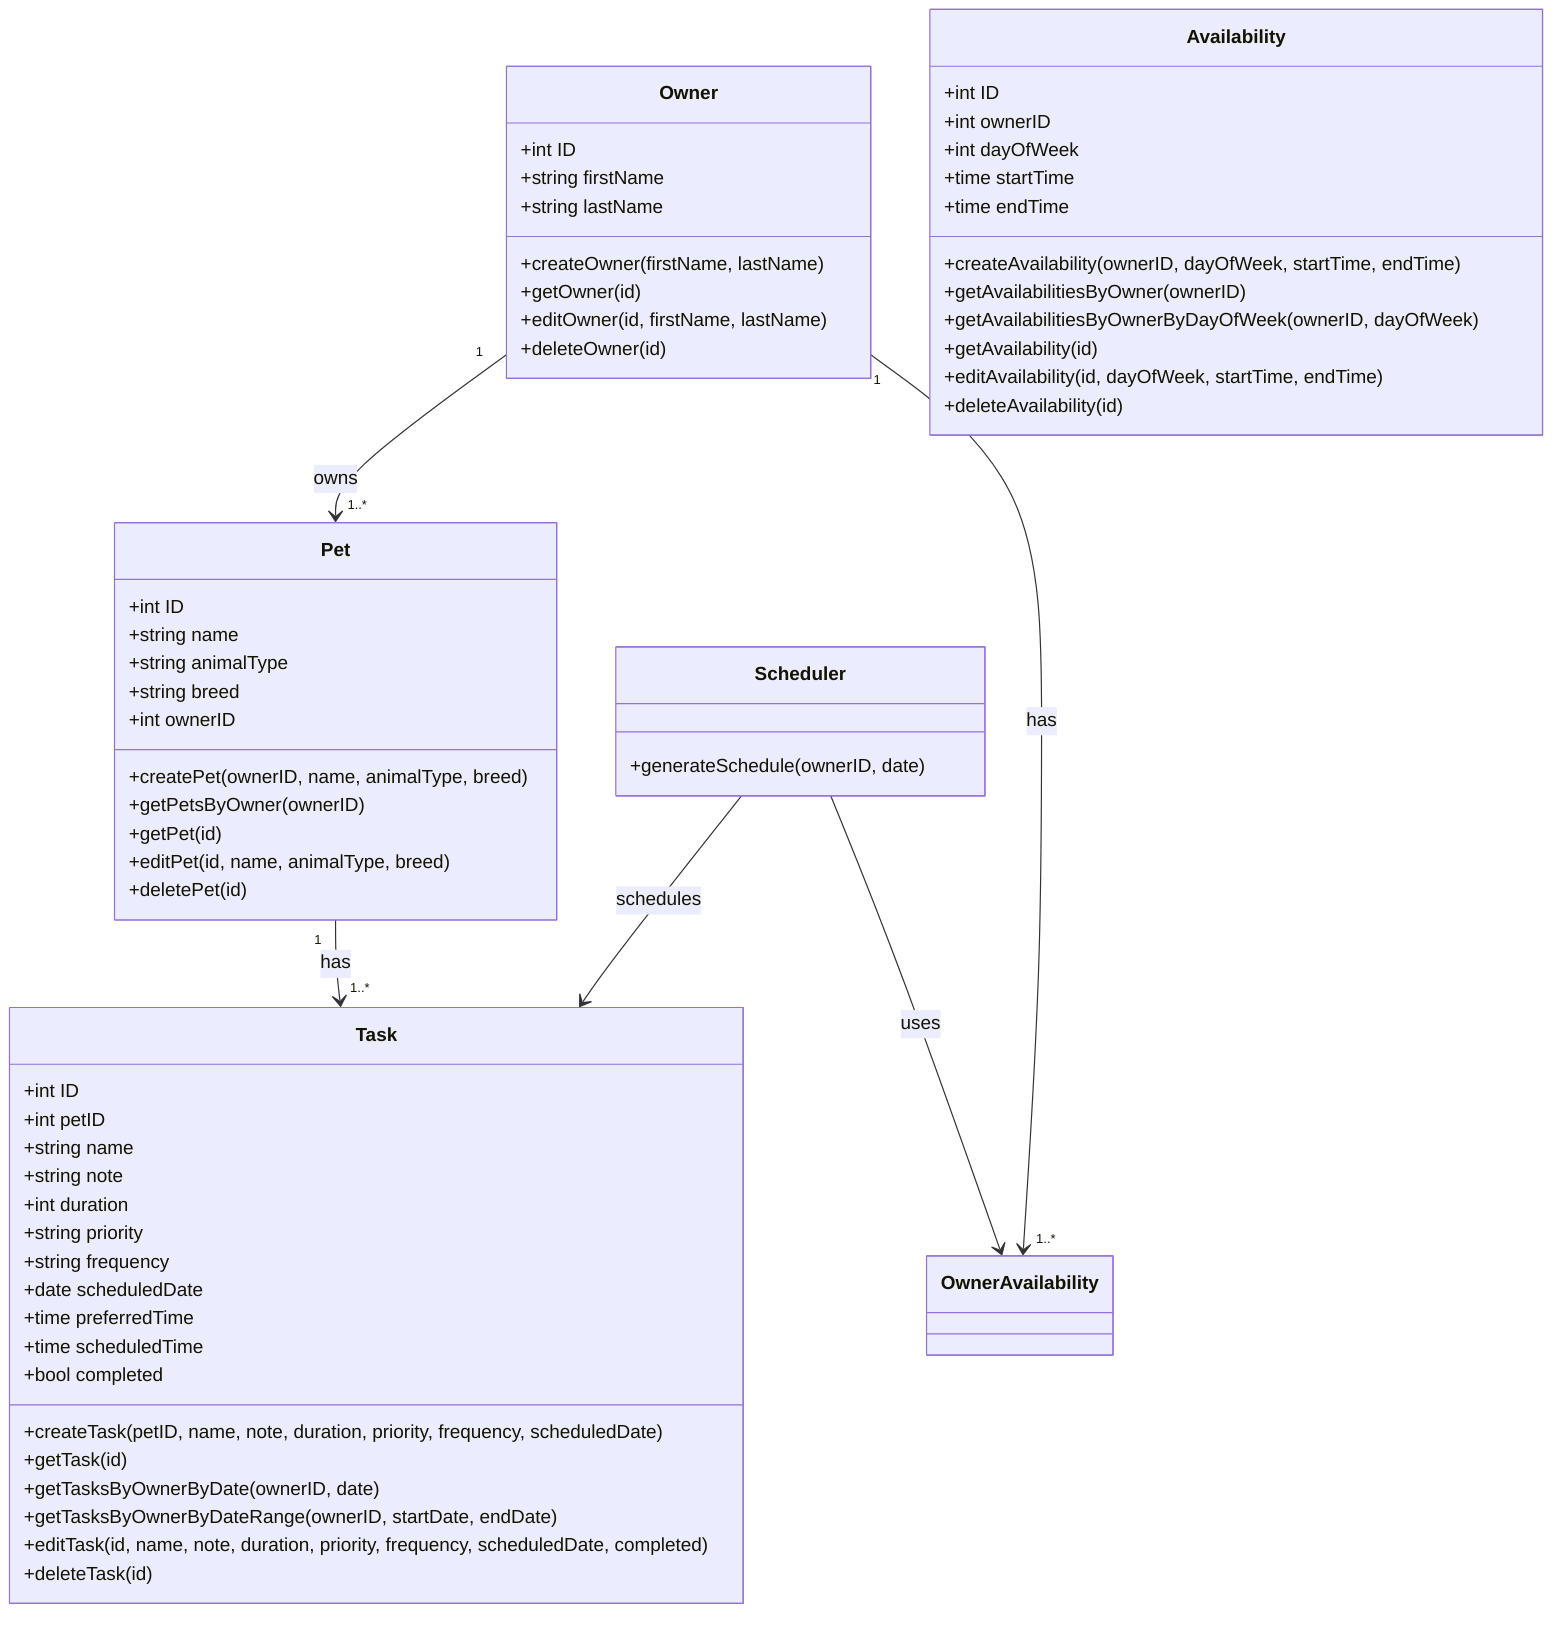
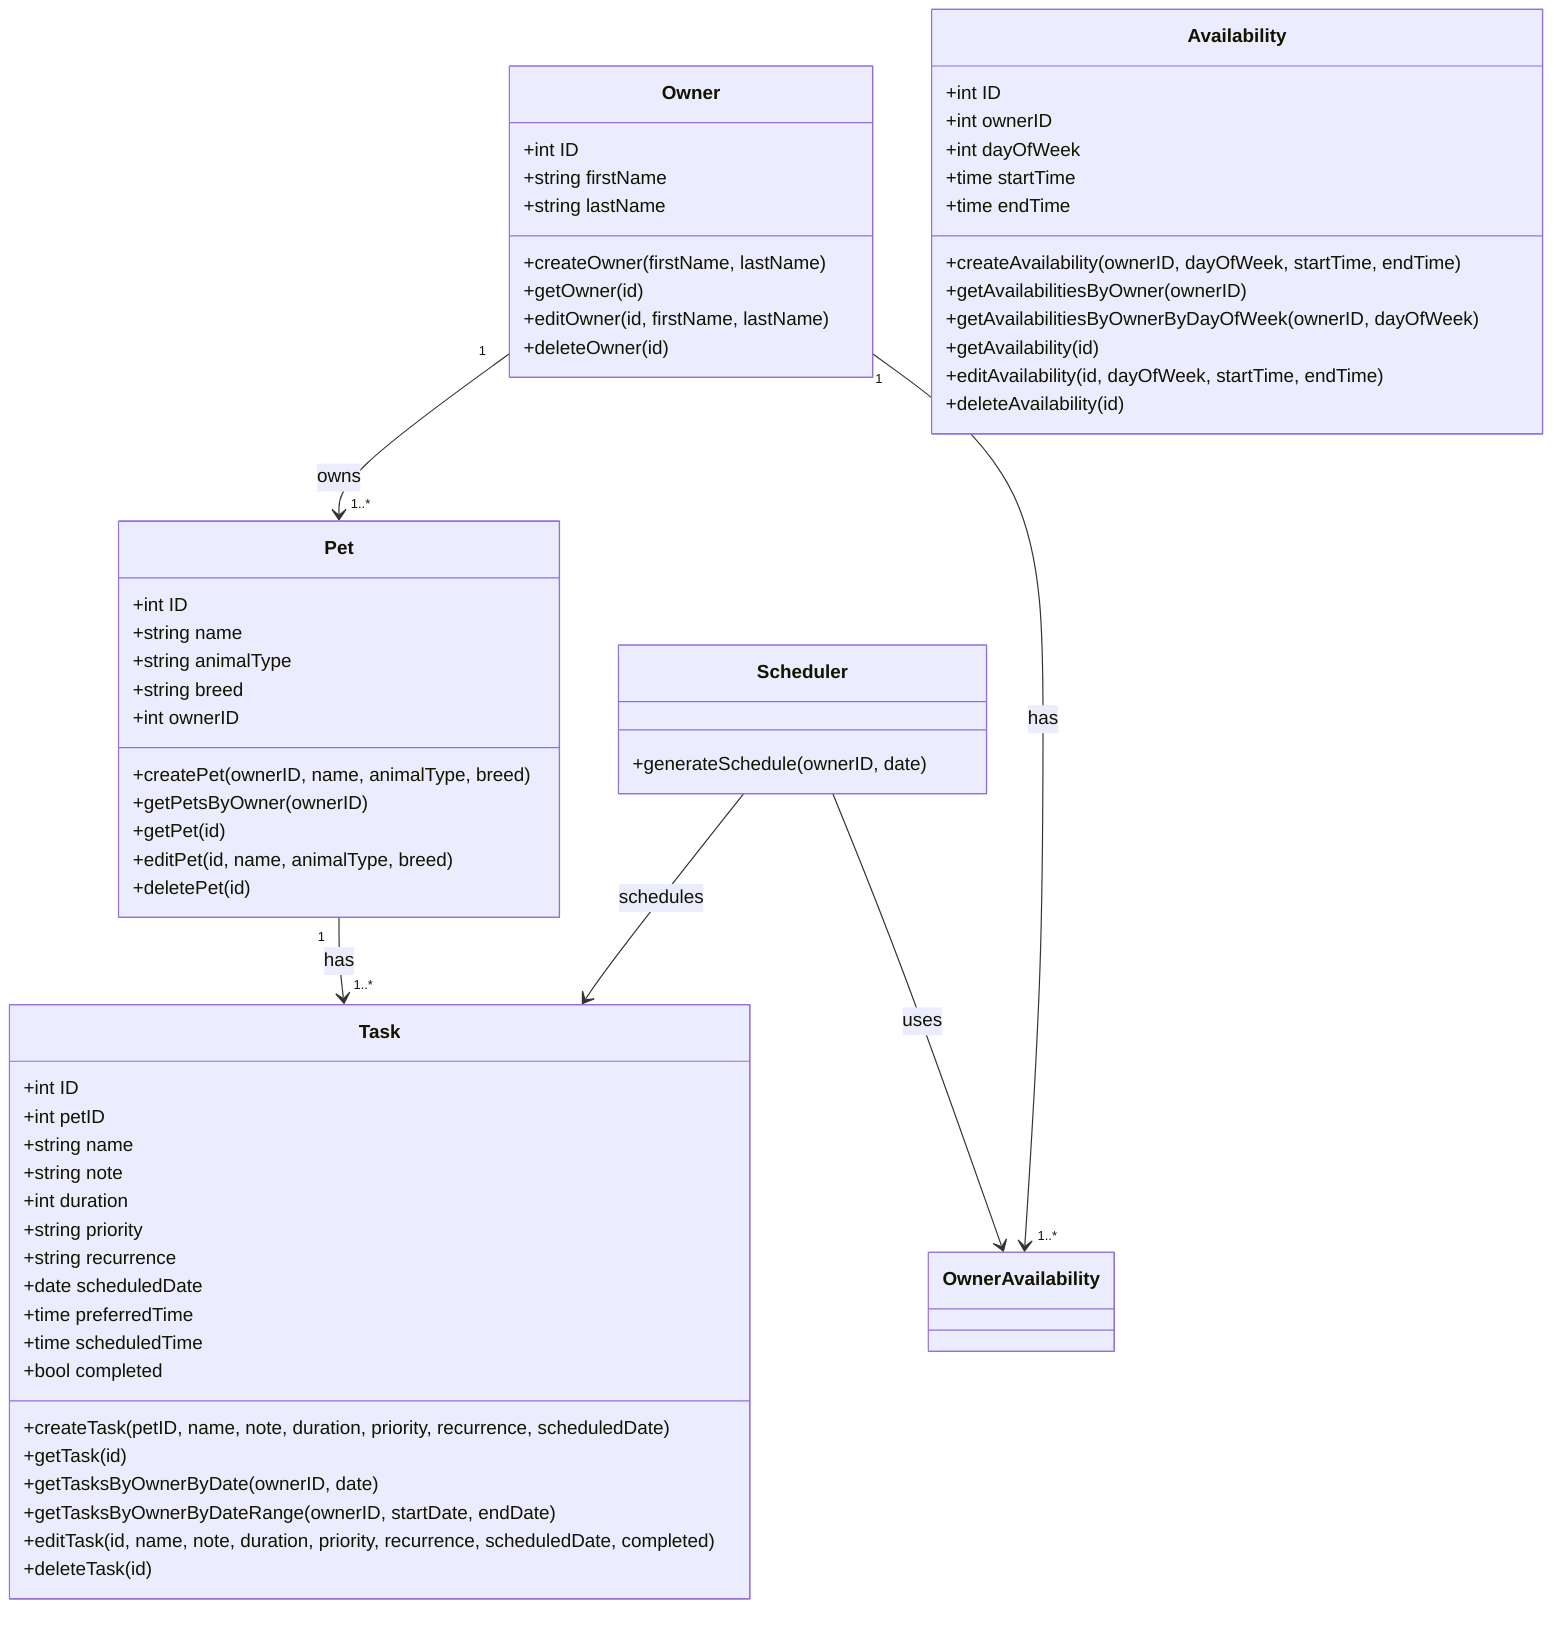
classDiagram
    class Owner {
        +int ID
        +string firstName
        +string lastName
        +createOwner(firstName, lastName)
        +getOwner(id)
        +editOwner(id, firstName, lastName)
		+deleteOwner(id)
    }

    class Pet {
        +int ID
        +string name
        +string animalType
        +string breed
        +int ownerID
        +createPet(ownerID, name, animalType, breed)
        +getPetsByOwner(ownerID)
        +getPet(id)
        +editPet(id, name, animalType, breed)
		+deletePet(id)
    }

    class Task {
        +int ID
        +int petID
        +string name
        +string note
        +int duration
        +string priority
-         +string frequency
+         +string recurrence
        +date scheduledDate
		+time preferredTime
        +time scheduledTime
        +bool completed
-         +createTask(petID, name, note, duration, priority, frequency, scheduledDate)
+         +createTask(petID, name, note, duration, priority, recurrence, scheduledDate)
        +getTask(id)
        +getTasksByOwnerByDate(ownerID, date)
        +getTasksByOwnerByDateRange(ownerID, startDate, endDate)
-         +editTask(id, name, note, duration, priority, frequency, scheduledDate, completed)
+         +editTask(id, name, note, duration, priority, recurrence, scheduledDate, completed)
		+deleteTask(id)
    }

    class Availability {
        +int ID
        +int ownerID
        +int dayOfWeek
        +time startTime
        +time endTime
		+createAvailability(ownerID, dayOfWeek, startTime, endTime)
        +getAvailabilitiesByOwner(ownerID)
		+getAvailabilitiesByOwnerByDayOfWeek(ownerID, dayOfWeek)
		+getAvailability(id)
		+editAvailability(id, dayOfWeek, startTime, endTime)
		+deleteAvailability(id)
    }

	class Scheduler {
		+generateSchedule(ownerID, date)
	}

    Owner "1" --> "1..*" Pet : owns
    Owner "1" --> "1..*" OwnerAvailability : has
    Pet "1" --> "1..*" Task : has
	Scheduler --> Task : schedules
	Scheduler --> OwnerAvailability : uses
